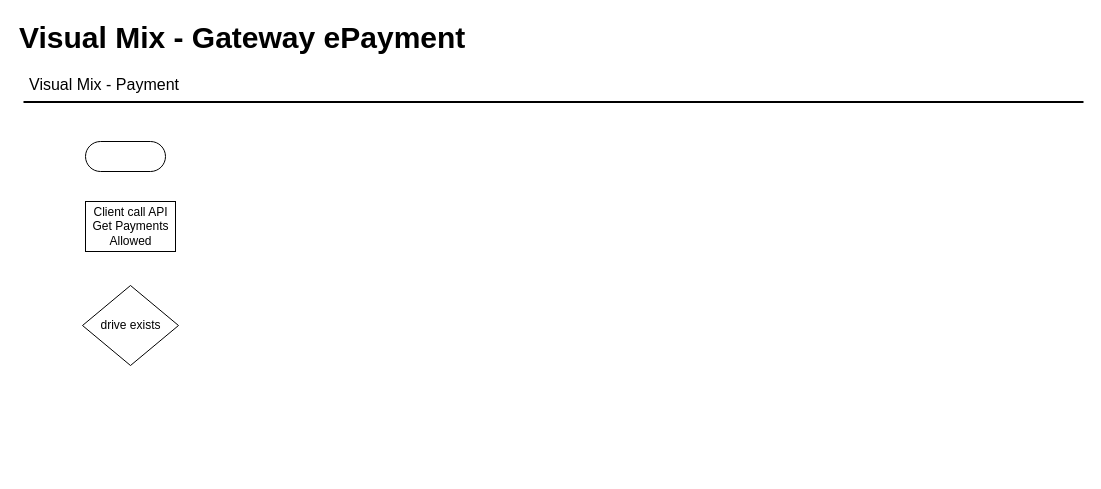
Wiu0/diagram keeps this draw.io diagram as page "Action Flux" (2 of 4) of gateway-epayment.drawio. Above is the earlier version. Source tidied: cells renumbered, new cells numbered last; positions are measured from the earlier drawing's top-left corner, leaving out a move shared by most shapes. Both pictures are drawn from the tidied source at 100%, with x=0, y=0 at pixel (17, 17).
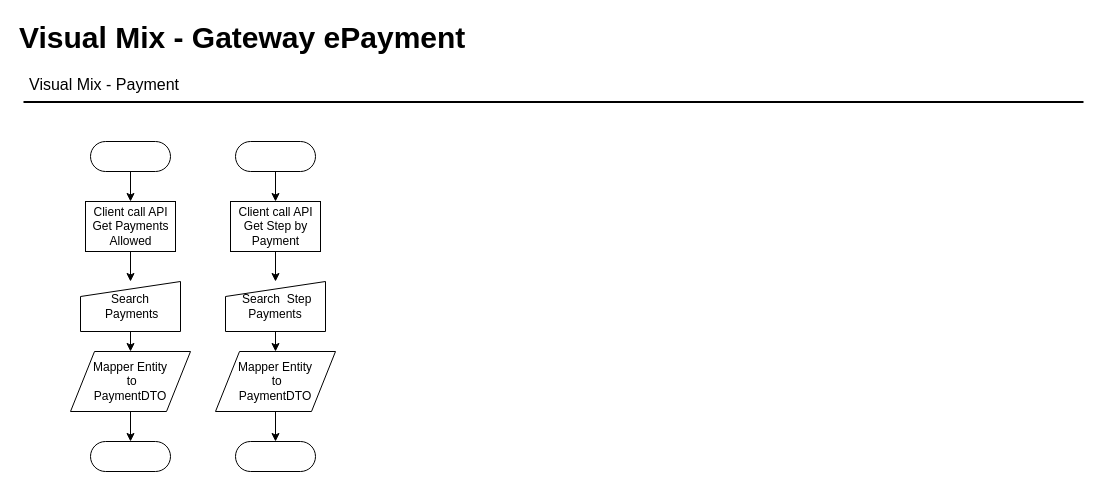
After the change.

The change refers to these unchanged cells:
```xml
<mxCell id="6" value="Client call API&lt;br&gt;Get Payments &lt;br&gt;Allowed" style="html=1;dashed=0;whitespace=wrap;" parent="1" vertex="1">
  <mxGeometry x="68" y="184" width="90" height="50" as="geometry" />
</mxCell>
```

Diff of the diagram source:
```diff
@@
+    <mxCell id="8" style="edgeStyle=orthogonalEdgeStyle;rounded=0;jettySize=auto;html=1;exitX=0.5;exitY=0.5;exitDx=0;exitDy=15;exitPerimeter=0;entryX=0.5;entryY=0;entryDx=0;entryDy=0;" parent="1" edge="1" source="5" target="6">
+      <mxGeometry relative="1" as="geometry" />
+    </mxCell>
     <mxCell id="5" style="html=1;dashed=0;whitespace=wrap;shape=mxgraph.dfd.start;" parent="1" vertex="1">
-      <mxGeometry x="68" y="124" width="80" height="30" as="geometry" />
+      <mxGeometry x="73" y="124" width="80" height="30" as="geometry" />
     </mxCell>
+    <mxCell id="9" style="edgeStyle=orthogonalEdgeStyle;rounded=0;jettySize=auto;html=1;exitX=0.5;exitY=1;exitDx=0;exitDy=0;" parent="1" edge="1" source="6" target="11">
+      <mxGeometry relative="1" as="geometry" />
+    </mxCell>
@@
-    <mxCell id="7" value="drive exists" style="shape=rhombus;html=1;dashed=0;whitespace=wrap;perimeter=rhombusPerimeter;" parent="1" vertex="1">
-      <mxGeometry x="65" y="268" width="96" height="80" as="geometry" />
-    </mxCell>
+    <mxCell id="10" style="edgeStyle=orthogonalEdgeStyle;rounded=0;jettySize=auto;html=1;exitX=0.5;exitY=1;exitDx=0;exitDy=0;entryX=0.5;entryY=0;entryDx=0;entryDy=0;" parent="1" edge="1" source="11" target="13">
+      <mxGeometry relative="1" as="geometry" />
+    </mxCell>
+    <mxCell id="11" value="Search &amp;nbsp;Payments" style="shape=manualInput;whiteSpace=wrap;html=1;dashed=0;size=15;" parent="1" vertex="1">
+      <mxGeometry x="63" y="264" width="100" height="50" as="geometry" />
+    </mxCell>
+    <mxCell id="12" style="edgeStyle=orthogonalEdgeStyle;rounded=0;jettySize=auto;html=1;exitX=0.5;exitY=1;exitDx=0;exitDy=0;entryX=0.5;entryY=0.5;entryDx=0;entryDy=-15;entryPerimeter=0;" parent="1" edge="1" source="13" target="14">
+      <mxGeometry relative="1" as="geometry" />
+    </mxCell>
+    <mxCell id="13" value="Mapper Entity&lt;br&gt;&amp;nbsp;to &lt;br&gt;PaymentDTO" style="shape=parallelogram;perimeter=parallelogramPerimeter;whiteSpace=wrap;html=1;dashed=0;" parent="1" vertex="1">
+      <mxGeometry x="53" y="334" width="120" height="60" as="geometry" />
+    </mxCell>
+    <mxCell id="14" style="html=1;dashed=0;whitespace=wrap;shape=mxgraph.dfd.start;" parent="1" vertex="1">
+      <mxGeometry x="73" y="424" width="80" height="30" as="geometry" />
+    </mxCell>
+    <mxCell id="15" style="edgeStyle=orthogonalEdgeStyle;rounded=0;jettySize=auto;html=1;exitX=0.5;exitY=0.5;exitDx=0;exitDy=15;exitPerimeter=0;entryX=0.5;entryY=0;entryDx=0;entryDy=0;" parent="1" edge="1" source="16" target="18">
+      <mxGeometry relative="1" as="geometry" />
+    </mxCell>
+    <mxCell id="16" style="html=1;dashed=0;whitespace=wrap;shape=mxgraph.dfd.start;" parent="1" vertex="1">
+      <mxGeometry x="218" y="124" width="80" height="30" as="geometry" />
+    </mxCell>
+    <mxCell id="17" style="edgeStyle=orthogonalEdgeStyle;rounded=0;jettySize=auto;html=1;exitX=0.5;exitY=1;exitDx=0;exitDy=0;" parent="1" edge="1" source="18" target="20">
+      <mxGeometry relative="1" as="geometry" />
+    </mxCell>
+    <mxCell id="18" value="Client call API&lt;br&gt;Get Step by &lt;br&gt;Payment" style="html=1;dashed=0;whitespace=wrap;" parent="1" vertex="1">
+      <mxGeometry x="213" y="184" width="90" height="50" as="geometry" />
+    </mxCell>
+    <mxCell id="19" style="edgeStyle=orthogonalEdgeStyle;rounded=0;jettySize=auto;html=1;exitX=0.5;exitY=1;exitDx=0;exitDy=0;entryX=0.5;entryY=0;entryDx=0;entryDy=0;" parent="1" edge="1" source="20" target="22">
+      <mxGeometry relative="1" as="geometry" />
+    </mxCell>
+    <mxCell id="20" value="&amp;nbsp;Search &amp;nbsp;Step Payments" style="shape=manualInput;whiteSpace=wrap;html=1;dashed=0;size=15;" parent="1" vertex="1">
+      <mxGeometry x="208" y="264" width="100" height="50" as="geometry" />
+    </mxCell>
+    <mxCell id="21" style="edgeStyle=orthogonalEdgeStyle;rounded=0;jettySize=auto;html=1;exitX=0.5;exitY=1;exitDx=0;exitDy=0;entryX=0.5;entryY=0.5;entryDx=0;entryDy=-15;entryPerimeter=0;" parent="1" edge="1" source="22" target="23">
+      <mxGeometry relative="1" as="geometry" />
+    </mxCell>
+    <mxCell id="22" value="Mapper Entity&lt;br&gt;&amp;nbsp;to &lt;br&gt;PaymentDTO" style="shape=parallelogram;perimeter=parallelogramPerimeter;whiteSpace=wrap;html=1;dashed=0;" parent="1" vertex="1">
+      <mxGeometry x="198" y="334" width="120" height="60" as="geometry" />
+    </mxCell>
+    <mxCell id="23" style="html=1;dashed=0;whitespace=wrap;shape=mxgraph.dfd.start;" parent="1" vertex="1">
+      <mxGeometry x="218" y="424" width="80" height="30" as="geometry" />
+    </mxCell>
```
